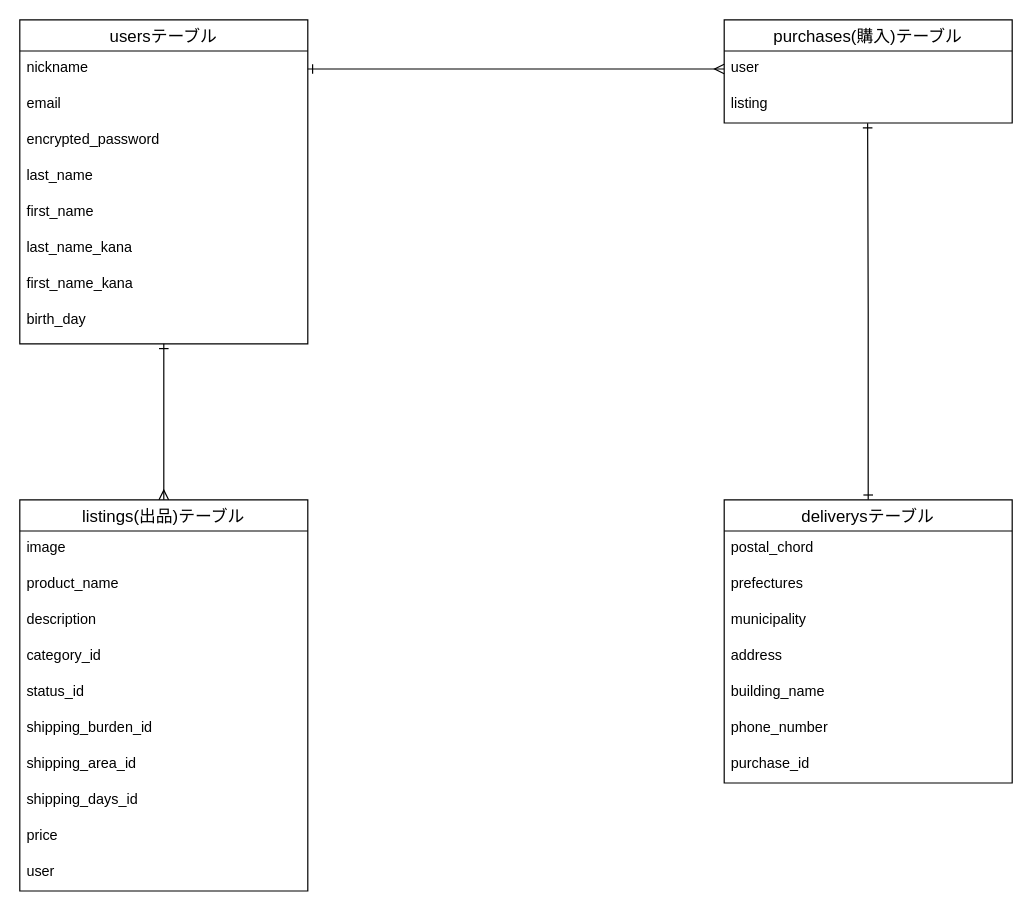
keijiMatsuo/furima-35080 keeps this draw.io diagram as test.dio. Above is the earlier version. Source tidied: cells renumbered, new cells numbered last; positions are measured from the earlier drawing's top-left corner, leaving out a move shared by most shapes. Both pictures are drawn from the tidied source at 120%, with x=0, y=0 at pixel (19, 19).
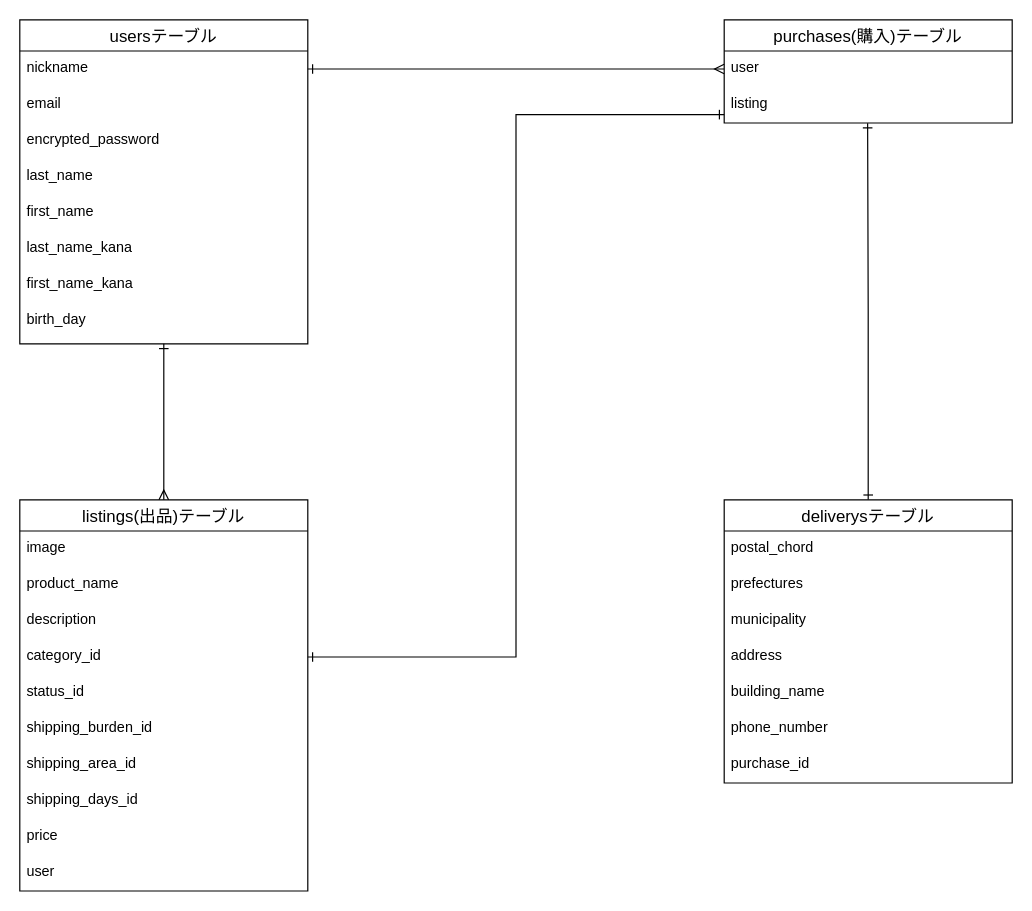
The same diagram, later.

Commit message (it also covers changes not shown here):
purchasesテーブルのアソシエーション記載とER図修正

The change refers to these unchanged cells:
```xml
<mxCell id="16" value="category_id" style="text;strokeColor=none;fillColor=none;spacingLeft=4;spacingRight=4;overflow=hidden;points=[[0,0.5],[1,0.5]];portConstraint=eastwest;fontSize=12;" parent="12" vertex="1">
  <mxGeometry y="116" width="240" height="30" as="geometry" />
</mxCell>
<mxCell id="25" value="listing" style="text;strokeColor=none;fillColor=none;spacingLeft=4;spacingRight=4;overflow=hidden;points=[[0,0.5],[1,0.5]];portConstraint=eastwest;fontSize=12;" parent="23" vertex="1">
  <mxGeometry y="56" width="240" height="30" as="geometry" />
</mxCell>
```

What changed in the source:
```diff
@@
+    <mxCell id="36" style="edgeStyle=orthogonalEdgeStyle;rounded=0;jettySize=auto;html=1;entryX=0;entryY=0.767;entryDx=0;entryDy=0;entryPerimeter=0;endArrow=ERone;endFill=0;startArrow=ERone;startFill=0;" parent="1" edge="1" source="16" target="25">
+      <mxGeometry relative="1" as="geometry" />
+    </mxCell>
```
